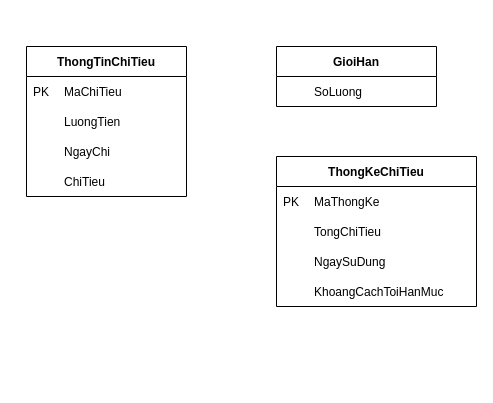
Earlier version of the draw.io diagram Diagrams/ERD.drawio (AkallHuynh/IS216.L21.HTCL-Java). Source tidied: cells renumbered, new cells numbered last; positions are measured from the earlier drawing's top-left corner, leaving out a move shared by most shapes. Both pictures are drawn from the tidied source at 100%, with x=0, y=0 at pixel (26, 46).
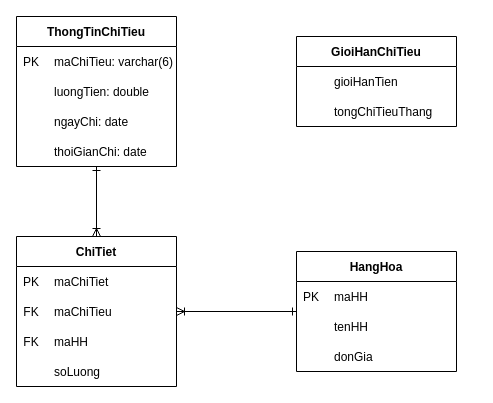
Above is the later version.

Unchanged cells that the change refers to:
```xml
<mxCell id="3" style="shape=table;startSize=0;childLayout=tableLayout;rowLines=0;fontStyle=0;align=center;strokeColor=none;fillColor=none;" parent="2" vertex="1">
  <mxGeometry y="30" width="160" height="120" as="geometry" />
</mxCell>
<mxCell id="4" style="shape=partialRectangle;fillColor=none;top=0;left=0;bottom=0;right=0;" parent="3" vertex="1">
  <mxGeometry width="160" height="30" as="geometry" />
</mxCell>
<mxCell id="7" style="shape=partialRectangle;fillColor=none;top=0;left=0;bottom=0;right=0;" parent="3" vertex="1">
  <mxGeometry y="30" width="160" height="30" as="geometry" />
</mxCell>
<mxCell id="10" style="shape=partialRectangle;fillColor=none;top=0;left=0;bottom=0;right=0;" parent="3" vertex="1">
  <mxGeometry y="60" width="160" height="30" as="geometry" />
</mxCell>
<mxCell id="18" style="shape=partialRectangle;fillColor=none;top=0;left=0;bottom=0;right=0;" parent="17" vertex="1">
  <mxGeometry width="160" height="30" as="geometry" />
</mxCell>
```

Change to the diagram source:
```diff
@@
+    <mxCell id="35" style="edgeStyle=orthogonalEdgeStyle;rounded=0;jettySize=auto;html=1;endArrow=ERoneToMany;endFill=0;startArrow=ERone;startFill=0;" parent="1" edge="1" source="2" target="54">
+      <mxGeometry relative="1" as="geometry" />
+    </mxCell>
     <mxCell id="2" value="ThongTinChiTieu" style="swimlane;fontStyle=1;horizontal=1;startSize=30;fillColor=#ffffff;swimlaneFillColor=#ffffff;" parent="1" vertex="1">
-      <mxGeometry width="160" height="150" as="geometry" />
+      <mxGeometry x="-10" y="-30" width="160" height="150" as="geometry" />
     </mxCell>
@@
-    <mxCell id="6" value="MaChiTieu" style="shape=partialRectangle;fillColor=none;top=0;left=0;bottom=0;right=0;align=left;spacingLeft=6;overflow=hidden;" parent="4" vertex="1">
+    <mxCell id="6" value="maChiTieu: varchar(6)" style="shape=partialRectangle;fillColor=none;top=0;left=0;bottom=0;right=0;align=left;spacingLeft=6;overflow=hidden;" parent="4" vertex="1">
       <mxGeometry x="30" width="130" height="30" as="geometry" />
     </mxCell>
@@
-    <mxCell id="9" value="LuongTien" style="shape=partialRectangle;fillColor=none;top=0;left=0;bottom=0;right=0;align=left;spacingLeft=6;overflow=hidden;" parent="7" vertex="1">
+    <mxCell id="9" value="luongTien: double" style="shape=partialRectangle;fillColor=none;top=0;left=0;bottom=0;right=0;align=left;spacingLeft=6;overflow=hidden;" parent="7" vertex="1">
       <mxGeometry x="30" width="130" height="30" as="geometry" />
     </mxCell>
@@
-    <mxCell id="12" value="NgayChi" style="shape=partialRectangle;fillColor=none;top=0;left=0;bottom=0;right=0;align=left;spacingLeft=6;overflow=hidden;" parent="10" vertex="1">
+    <mxCell id="12" value="ngayChi: date" style="shape=partialRectangle;fillColor=none;top=0;left=0;bottom=0;right=0;align=left;spacingLeft=6;overflow=hidden;" parent="10" vertex="1">
       <mxGeometry x="30" width="130" height="30" as="geometry" />
     </mxCell>
-    <mxCell id="13" style="shape=partialRectangle;fillColor=none;top=0;left=0;bottom=0;right=0;" parent="3" vertex="1">
-      <mxGeometry y="90" width="160" height="30" as="geometry" />
-    </mxCell>
-    <mxCell id="14" style="shape=partialRectangle;fillColor=none;top=0;left=0;bottom=0;right=0;overflow=hidden;" parent="13" vertex="1">
-      <mxGeometry width="30" height="30" as="geometry" />
-    </mxCell>
-    <mxCell id="15" value="ChiTieu" style="shape=partialRectangle;fillColor=none;top=0;left=0;bottom=0;right=0;align=left;spacingLeft=6;overflow=hidden;" parent="13" vertex="1">
-      <mxGeometry x="30" width="130" height="30" as="geometry" />
-    </mxCell>
+    <mxCell id="36" style="shape=partialRectangle;fillColor=none;top=0;left=0;bottom=0;right=0;" parent="3" vertex="1">
+      <mxGeometry y="90" width="160" height="30" as="geometry" />
+    </mxCell>
+    <mxCell id="37" style="shape=partialRectangle;fillColor=none;top=0;left=0;bottom=0;right=0;overflow=hidden;" parent="36" vertex="1">
+      <mxGeometry width="30" height="30" as="geometry" />
+    </mxCell>
+    <mxCell id="38" value="thoiGianChi: date" style="shape=partialRectangle;fillColor=none;top=0;left=0;bottom=0;right=0;align=left;spacingLeft=6;overflow=hidden;" parent="36" vertex="1">
+      <mxGeometry x="30" width="130" height="30" as="geometry" />
+    </mxCell>
-    <mxCell id="16" value="GioiHan" style="swimlane;fontStyle=1;horizontal=1;startSize=30;fillColor=#ffffff;swimlaneFillColor=#ffffff;" parent="1" vertex="1">
-      <mxGeometry x="250" width="160" height="60" as="geometry" />
+    <mxCell id="16" value="GioiHanChiTieu" style="swimlane;fontStyle=1;horizontal=1;startSize=30;fillColor=#ffffff;swimlaneFillColor=#ffffff;" parent="1" vertex="1">
+      <mxGeometry x="270" y="-10" width="160" height="90" as="geometry" />
     </mxCell>
     <mxCell id="17" style="shape=table;startSize=0;childLayout=tableLayout;rowLines=0;fontStyle=0;align=center;strokeColor=none;fillColor=none;" parent="16" vertex="1">
-      <mxGeometry y="30" width="160" height="30" as="geometry" />
+      <mxGeometry y="30" width="160" height="60" as="geometry" />
     </mxCell>
@@
-    <mxCell id="20" value="SoLuong" style="shape=partialRectangle;fillColor=none;top=0;left=0;bottom=0;right=0;align=left;spacingLeft=6;overflow=hidden;" parent="18" vertex="1">
+    <mxCell id="20" value="gioiHanTien" style="shape=partialRectangle;fillColor=none;top=0;left=0;bottom=0;right=0;align=left;spacingLeft=6;overflow=hidden;" parent="18" vertex="1">
       <mxGeometry x="30" width="130" height="30" as="geometry" />
     </mxCell>
-    <mxCell id="21" value="ThongKeChiTieu" style="swimlane;fontStyle=1;horizontal=1;startSize=30;fillColor=#ffffff;swimlaneFillColor=#ffffff;" parent="1" vertex="1">
-      <mxGeometry x="250" y="110" width="200" height="150" as="geometry" />
-    </mxCell>
-    <mxCell id="22" style="shape=table;startSize=0;childLayout=tableLayout;rowLines=0;fontStyle=0;align=center;strokeColor=none;fillColor=none;" parent="21" vertex="1">
-      <mxGeometry y="30" width="200" height="120" as="geometry" />
-    </mxCell>
-    <mxCell id="23" style="shape=partialRectangle;fillColor=none;top=0;left=0;bottom=0;right=0;" parent="22" vertex="1">
-      <mxGeometry width="200" height="30" as="geometry" />
-    </mxCell>
-    <mxCell id="24" value="PK" style="shape=partialRectangle;fillColor=none;top=0;left=0;bottom=0;right=0;overflow=hidden;" parent="23" vertex="1">
-      <mxGeometry width="30" height="30" as="geometry" />
-    </mxCell>
-    <mxCell id="25" value="MaThongKe" style="shape=partialRectangle;fillColor=none;top=0;left=0;bottom=0;right=0;align=left;spacingLeft=6;overflow=hidden;" parent="23" vertex="1">
-      <mxGeometry x="30" width="170" height="30" as="geometry" />
-    </mxCell>
-    <mxCell id="26" style="shape=partialRectangle;fillColor=none;top=0;left=0;bottom=0;right=0;" parent="22" vertex="1">
-      <mxGeometry y="30" width="200" height="30" as="geometry" />
-    </mxCell>
-    <mxCell id="27" style="shape=partialRectangle;fillColor=none;top=0;left=0;bottom=0;right=0;overflow=hidden;" parent="26" vertex="1">
-      <mxGeometry width="30" height="30" as="geometry" />
-    </mxCell>
-    <mxCell id="28" value="TongChiTieu" style="shape=partialRectangle;fillColor=none;top=0;left=0;bottom=0;right=0;align=left;spacingLeft=6;overflow=hidden;" parent="26" vertex="1">
-      <mxGeometry x="30" width="170" height="30" as="geometry" />
-    </mxCell>
-    <mxCell id="29" style="shape=partialRectangle;fillColor=none;top=0;left=0;bottom=0;right=0;" parent="22" vertex="1">
-      <mxGeometry y="60" width="200" height="30" as="geometry" />
-    </mxCell>
-    <mxCell id="30" style="shape=partialRectangle;fillColor=none;top=0;left=0;bottom=0;right=0;overflow=hidden;" parent="29" vertex="1">
-      <mxGeometry width="30" height="30" as="geometry" />
-    </mxCell>
-    <mxCell id="31" value="NgaySuDung" style="shape=partialRectangle;fillColor=none;top=0;left=0;bottom=0;right=0;align=left;spacingLeft=6;overflow=hidden;" parent="29" vertex="1">
-      <mxGeometry x="30" width="170" height="30" as="geometry" />
-    </mxCell>
-    <mxCell id="32" style="shape=partialRectangle;fillColor=none;top=0;left=0;bottom=0;right=0;" parent="22" vertex="1">
-      <mxGeometry y="90" width="200" height="30" as="geometry" />
-    </mxCell>
-    <mxCell id="33" style="shape=partialRectangle;fillColor=none;top=0;left=0;bottom=0;right=0;overflow=hidden;" parent="32" vertex="1">
-      <mxGeometry width="30" height="30" as="geometry" />
-    </mxCell>
-    <mxCell id="34" value="KhoangCachToiHanMuc" style="shape=partialRectangle;fillColor=none;top=0;left=0;bottom=0;right=0;align=left;spacingLeft=6;overflow=hidden;" parent="32" vertex="1">
-      <mxGeometry x="30" width="170" height="30" as="geometry" />
-    </mxCell>
+    <mxCell id="39" style="shape=partialRectangle;fillColor=none;top=0;left=0;bottom=0;right=0;" parent="17" vertex="1">
+      <mxGeometry y="30" width="160" height="30" as="geometry" />
+    </mxCell>
+    <mxCell id="40" style="shape=partialRectangle;fillColor=none;top=0;left=0;bottom=0;right=0;overflow=hidden;" parent="39" vertex="1">
+      <mxGeometry width="30" height="30" as="geometry" />
+    </mxCell>
+    <mxCell id="41" value="tongChiTieuThang" style="shape=partialRectangle;fillColor=none;top=0;left=0;bottom=0;right=0;align=left;spacingLeft=6;overflow=hidden;" parent="39" vertex="1">
+      <mxGeometry x="30" width="130" height="30" as="geometry" />
+    </mxCell>
+    <mxCell id="42" style="edgeStyle=orthogonalEdgeStyle;rounded=0;jettySize=auto;html=1;endArrow=ERoneToMany;endFill=0;startArrow=ERone;startFill=0;" parent="1" edge="1" source="43" target="54">
+      <mxGeometry relative="1" as="geometry" />
+    </mxCell>
+    <mxCell id="43" value="HangHoa" style="swimlane;fontStyle=1;horizontal=1;startSize=30;fillColor=#ffffff;swimlaneFillColor=#ffffff;" parent="1" vertex="1">
+      <mxGeometry x="270" y="205" width="160" height="120" as="geometry" />
+    </mxCell>
+    <mxCell id="44" style="shape=table;startSize=0;childLayout=tableLayout;rowLines=0;fontStyle=0;align=center;strokeColor=none;fillColor=none;" parent="43" vertex="1">
+      <mxGeometry y="30" width="160" height="90" as="geometry" />
+    </mxCell>
+    <mxCell id="45" style="shape=partialRectangle;fillColor=none;top=0;left=0;bottom=0;right=0;" parent="44" vertex="1">
+      <mxGeometry width="160" height="30" as="geometry" />
+    </mxCell>
+    <mxCell id="46" value="PK" style="shape=partialRectangle;fillColor=none;top=0;left=0;bottom=0;right=0;overflow=hidden;" parent="45" vertex="1">
+      <mxGeometry width="30" height="30" as="geometry" />
+    </mxCell>
+    <mxCell id="47" value="maHH" style="shape=partialRectangle;fillColor=none;top=0;left=0;bottom=0;right=0;align=left;spacingLeft=6;overflow=hidden;" parent="45" vertex="1">
+      <mxGeometry x="30" width="130" height="30" as="geometry" />
+    </mxCell>
+    <mxCell id="48" style="shape=partialRectangle;fillColor=none;top=0;left=0;bottom=0;right=0;" parent="44" vertex="1">
+      <mxGeometry y="30" width="160" height="30" as="geometry" />
+    </mxCell>
+    <mxCell id="49" style="shape=partialRectangle;fillColor=none;top=0;left=0;bottom=0;right=0;overflow=hidden;" parent="48" vertex="1">
+      <mxGeometry width="30" height="30" as="geometry" />
+    </mxCell>
+    <mxCell id="50" value="tenHH" style="shape=partialRectangle;fillColor=none;top=0;left=0;bottom=0;right=0;align=left;spacingLeft=6;overflow=hidden;" parent="48" vertex="1">
+      <mxGeometry x="30" width="130" height="30" as="geometry" />
+    </mxCell>
+    <mxCell id="51" style="shape=partialRectangle;fillColor=none;top=0;left=0;bottom=0;right=0;" parent="44" vertex="1">
+      <mxGeometry y="60" width="160" height="30" as="geometry" />
+    </mxCell>
+    <mxCell id="52" style="shape=partialRectangle;fillColor=none;top=0;left=0;bottom=0;right=0;overflow=hidden;" parent="51" vertex="1">
+      <mxGeometry width="30" height="30" as="geometry" />
+    </mxCell>
+    <mxCell id="53" value="donGia" style="shape=partialRectangle;fillColor=none;top=0;left=0;bottom=0;right=0;align=left;spacingLeft=6;overflow=hidden;" parent="51" vertex="1">
+      <mxGeometry x="30" width="130" height="30" as="geometry" />
+    </mxCell>
+    <mxCell id="54" value="ChiTiet" style="swimlane;fontStyle=1;horizontal=1;startSize=30;fillColor=#ffffff;swimlaneFillColor=#ffffff;" parent="1" vertex="1">
+      <mxGeometry x="-10" y="190" width="160" height="150" as="geometry" />
+    </mxCell>
+    <mxCell id="55" style="shape=table;startSize=0;childLayout=tableLayout;rowLines=0;fontStyle=0;align=center;strokeColor=none;fillColor=none;" parent="54" vertex="1">
+      <mxGeometry y="30" width="160" height="120" as="geometry" />
+    </mxCell>
+    <mxCell id="56" style="shape=partialRectangle;fillColor=none;top=0;left=0;bottom=0;right=0;" parent="55" vertex="1">
+      <mxGeometry width="160" height="30" as="geometry" />
+    </mxCell>
+    <mxCell id="57" value="PK" style="shape=partialRectangle;fillColor=none;top=0;left=0;bottom=0;right=0;overflow=hidden;" parent="56" vertex="1">
+      <mxGeometry width="30" height="30" as="geometry" />
+    </mxCell>
+    <mxCell id="58" value="maChiTiet" style="shape=partialRectangle;fillColor=none;top=0;left=0;bottom=0;right=0;align=left;spacingLeft=6;overflow=hidden;" parent="56" vertex="1">
+      <mxGeometry x="30" width="130" height="30" as="geometry" />
+    </mxCell>
+    <mxCell id="59" style="shape=partialRectangle;fillColor=none;top=0;left=0;bottom=0;right=0;" parent="55" vertex="1">
+      <mxGeometry y="30" width="160" height="30" as="geometry" />
+    </mxCell>
+    <mxCell id="60" value="FK" style="shape=partialRectangle;fillColor=none;top=0;left=0;bottom=0;right=0;overflow=hidden;" parent="59" vertex="1">
+      <mxGeometry width="30" height="30" as="geometry" />
+    </mxCell>
+    <mxCell id="61" value="maChiTieu" style="shape=partialRectangle;fillColor=none;top=0;left=0;bottom=0;right=0;align=left;spacingLeft=6;overflow=hidden;" parent="59" vertex="1">
+      <mxGeometry x="30" width="130" height="30" as="geometry" />
+    </mxCell>
+    <mxCell id="62" style="shape=partialRectangle;fillColor=none;top=0;left=0;bottom=0;right=0;" parent="55" vertex="1">
+      <mxGeometry y="60" width="160" height="30" as="geometry" />
+    </mxCell>
+    <mxCell id="63" value="FK" style="shape=partialRectangle;fillColor=none;top=0;left=0;bottom=0;right=0;overflow=hidden;" parent="62" vertex="1">
+      <mxGeometry width="30" height="30" as="geometry" />
+    </mxCell>
+    <mxCell id="64" value="maHH" style="shape=partialRectangle;fillColor=none;top=0;left=0;bottom=0;right=0;align=left;spacingLeft=6;overflow=hidden;" parent="62" vertex="1">
+      <mxGeometry x="30" width="130" height="30" as="geometry" />
+    </mxCell>
+    <mxCell id="65" style="shape=partialRectangle;fillColor=none;top=0;left=0;bottom=0;right=0;" parent="55" vertex="1">
+      <mxGeometry y="90" width="160" height="30" as="geometry" />
+    </mxCell>
+    <mxCell id="66" style="shape=partialRectangle;fillColor=none;top=0;left=0;bottom=0;right=0;overflow=hidden;" parent="65" vertex="1">
+      <mxGeometry width="30" height="30" as="geometry" />
+    </mxCell>
+    <mxCell id="67" value="soLuong" style="shape=partialRectangle;fillColor=none;top=0;left=0;bottom=0;right=0;align=left;spacingLeft=6;overflow=hidden;" parent="65" vertex="1">
+      <mxGeometry x="30" width="130" height="30" as="geometry" />
+    </mxCell>
```
